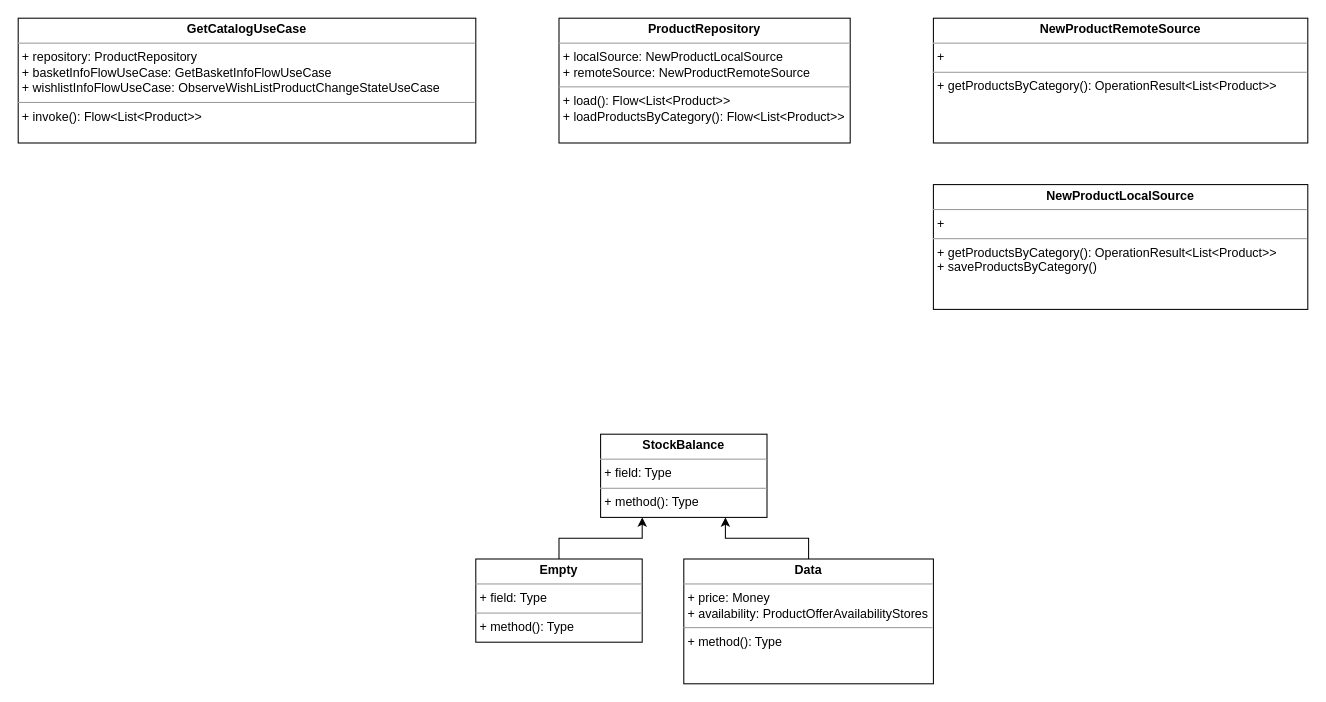
This is Каталог.drawio from ShiryaevNikolay/diagrams, a draw.io file, before an edit. Source tidied: cells renumbered, new cells numbered last; positions are measured from the earlier drawing's top-left corner, leaving out a move shared by most shapes. Both pictures are drawn from the tidied source at 104%, with x=0, y=0 at pixel (18, 18).
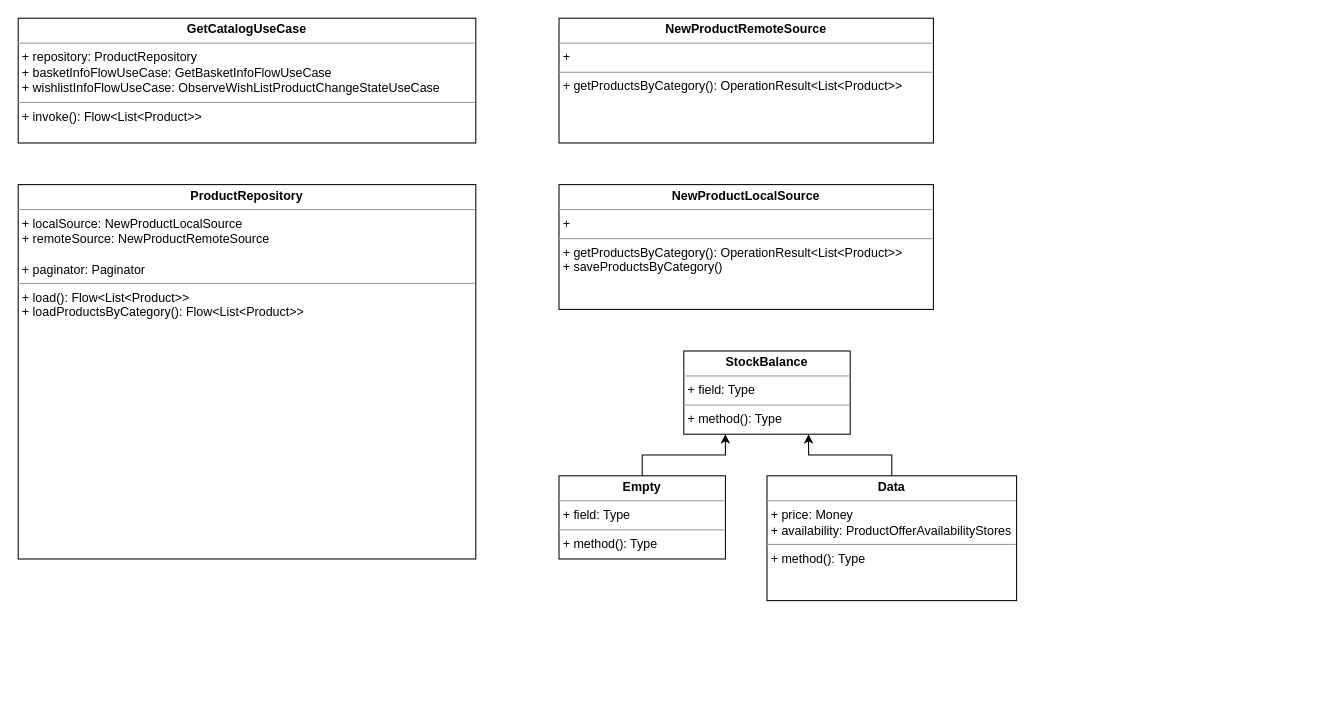
The same diagram, later.

What changed in the source:
```diff
@@
 <mxGraphModel>
   <root>
     <mxCell id="0" />
     <mxCell id="1" parent="0" />
     <mxCell id="2" value="&lt;p style=&quot;margin:0px;margin-top:4px;text-align:center;&quot;&gt;&lt;b&gt;GetCatalogUseCase&lt;/b&gt;&lt;/p&gt;&lt;hr size=&quot;1&quot;&gt;&lt;p style=&quot;margin:0px;margin-left:4px;&quot;&gt;+ repository: ProductRepository&lt;br&gt;&lt;/p&gt;&lt;p style=&quot;margin:0px;margin-left:4px;&quot;&gt;+ basketInfoFlowUseCase: GetBasketInfoFlowUseCase&lt;/p&gt;&lt;p style=&quot;margin:0px;margin-left:4px;&quot;&gt;+ wishlistInfoFlowUseCase: ObserveWishListProductChangeStateUseCase&lt;br&gt;&lt;/p&gt;&lt;hr size=&quot;1&quot;&gt;&lt;p style=&quot;margin:0px;margin-left:4px;&quot;&gt;+ invoke(): Flow&amp;lt;List&amp;lt;Product&amp;gt;&amp;gt;&lt;/p&gt;" style="verticalAlign=top;align=left;overflow=fill;fontSize=12;fontFamily=Helvetica;html=1;whiteSpace=wrap;" parent="1" vertex="1">
       <mxGeometry width="440" height="120" as="geometry" />
     </mxCell>
-    <mxCell id="3" value="&lt;p style=&quot;margin:0px;margin-top:4px;text-align:center;&quot;&gt;&lt;b&gt;ProductRepository&lt;/b&gt;&lt;/p&gt;&lt;hr size=&quot;1&quot;&gt;&lt;p style=&quot;margin:0px;margin-left:4px;&quot;&gt;+ localSource: NewProductLocalSource&lt;/p&gt;&lt;p style=&quot;margin:0px;margin-left:4px;&quot;&gt;+ remoteSource: NewProductRemoteSource&lt;br&gt;&lt;/p&gt;&lt;hr size=&quot;1&quot;&gt;&lt;p style=&quot;margin:0px;margin-left:4px;&quot;&gt;+ load(): Flow&amp;lt;List&amp;lt;Product&amp;gt;&amp;gt;&lt;/p&gt;&lt;p style=&quot;margin:0px;margin-left:4px;&quot;&gt;+ loadProductsByCategory(): Flow&amp;lt;List&amp;lt;Product&amp;gt;&amp;gt;&lt;br&gt;&lt;/p&gt;" style="verticalAlign=top;align=left;overflow=fill;fontSize=12;fontFamily=Helvetica;html=1;whiteSpace=wrap;" parent="1" vertex="1">
-      <mxGeometry x="520" width="280" height="120" as="geometry" />
+    <mxCell id="3" value="&lt;p style=&quot;margin:0px;margin-top:4px;text-align:center;&quot;&gt;&lt;b&gt;ProductRepository&lt;/b&gt;&lt;/p&gt;&lt;hr size=&quot;1&quot;&gt;&lt;p style=&quot;margin:0px;margin-left:4px;&quot;&gt;+ localSource: NewProductLocalSource&lt;/p&gt;&lt;p style=&quot;margin:0px;margin-left:4px;&quot;&gt;+ remoteSource: NewProductRemoteSource&lt;/p&gt;&lt;p style=&quot;margin:0px;margin-left:4px;&quot;&gt;&lt;br&gt;&lt;/p&gt;&lt;p style=&quot;margin:0px;margin-left:4px;&quot;&gt;+ paginator: Paginator&lt;br&gt;&lt;/p&gt;&lt;hr size=&quot;1&quot;&gt;&lt;p style=&quot;margin:0px;margin-left:4px;&quot;&gt;+ load(): Flow&amp;lt;List&amp;lt;Product&amp;gt;&amp;gt;&lt;/p&gt;&lt;p style=&quot;margin:0px;margin-left:4px;&quot;&gt;+ loadProductsByCategory(): Flow&amp;lt;List&amp;lt;Product&amp;gt;&amp;gt;&lt;br&gt;&lt;/p&gt;" style="verticalAlign=top;align=left;overflow=fill;fontSize=12;fontFamily=Helvetica;html=1;whiteSpace=wrap;" parent="1" vertex="1">
+      <mxGeometry y="160" width="440" height="360" as="geometry" />
     </mxCell>
     <mxCell id="4" value="&lt;p style=&quot;margin:0px;margin-top:4px;text-align:center;&quot;&gt;&lt;b&gt;NewProductRemoteSource&lt;/b&gt;&lt;/p&gt;&lt;hr size=&quot;1&quot;&gt;&lt;p style=&quot;margin:0px;margin-left:4px;&quot;&gt;+ &lt;br&gt;&lt;/p&gt;&lt;hr size=&quot;1&quot;&gt;&lt;p style=&quot;margin:0px;margin-left:4px;&quot;&gt;+ getProductsByCategory(): OperationResult&amp;lt;List&amp;lt;Product&amp;gt;&amp;gt;&lt;/p&gt;" style="verticalAlign=top;align=left;overflow=fill;fontSize=12;fontFamily=Helvetica;html=1;whiteSpace=wrap;" parent="1" vertex="1">
-      <mxGeometry x="880" width="360" height="120" as="geometry" />
+      <mxGeometry x="520" width="360" height="120" as="geometry" />
     </mxCell>
     <mxCell id="5" value="&lt;p style=&quot;margin:0px;margin-top:4px;text-align:center;&quot;&gt;&lt;b&gt;NewProductLocalSource&lt;/b&gt;&lt;/p&gt;&lt;hr size=&quot;1&quot;&gt;&lt;p style=&quot;margin:0px;margin-left:4px;&quot;&gt;+ &lt;br&gt;&lt;/p&gt;&lt;hr size=&quot;1&quot;&gt;&lt;p style=&quot;margin:0px;margin-left:4px;&quot;&gt;+ getProductsByCategory(): OperationResult&amp;lt;List&amp;lt;Product&amp;gt;&amp;gt;&lt;/p&gt;&lt;p style=&quot;margin:0px;margin-left:4px;&quot;&gt;+ saveProductsByCategory()&lt;/p&gt;" style="verticalAlign=top;align=left;overflow=fill;fontSize=12;fontFamily=Helvetica;html=1;whiteSpace=wrap;" parent="1" vertex="1">
-      <mxGeometry x="880" y="160" width="360" height="120" as="geometry" />
+      <mxGeometry x="520" y="160" width="360" height="120" as="geometry" />
     </mxCell>
     <mxCell id="6" value="&lt;p style=&quot;margin:0px;margin-top:4px;text-align:center;&quot;&gt;&lt;b&gt;StockBalance&lt;/b&gt;&lt;/p&gt;&lt;hr size=&quot;1&quot;&gt;&lt;p style=&quot;margin:0px;margin-left:4px;&quot;&gt;+ field: Type&lt;/p&gt;&lt;hr size=&quot;1&quot;&gt;&lt;p style=&quot;margin:0px;margin-left:4px;&quot;&gt;+ method(): Type&lt;/p&gt;" style="verticalAlign=top;align=left;overflow=fill;fontSize=12;fontFamily=Helvetica;html=1;whiteSpace=wrap;" parent="1" vertex="1">
-      <mxGeometry x="560" y="400" width="160" height="80" as="geometry" />
+      <mxGeometry x="640" y="320" width="160" height="80" as="geometry" />
     </mxCell>
     <mxCell id="7" style="edgeStyle=orthogonalEdgeStyle;rounded=0;jettySize=auto;html=1;entryX=0.25;entryY=1;entryDx=0;entryDy=0;" parent="1" edge="1" source="8" target="6">
       <mxGeometry relative="1" as="geometry" />
     </mxCell>
     <mxCell id="8" value="&lt;p style=&quot;margin:0px;margin-top:4px;text-align:center;&quot;&gt;&lt;b&gt;Empty&lt;/b&gt;&lt;/p&gt;&lt;hr size=&quot;1&quot;&gt;&lt;p style=&quot;margin:0px;margin-left:4px;&quot;&gt;+ field: Type&lt;/p&gt;&lt;hr size=&quot;1&quot;&gt;&lt;p style=&quot;margin:0px;margin-left:4px;&quot;&gt;+ method(): Type&lt;/p&gt;" style="verticalAlign=top;align=left;overflow=fill;fontSize=12;fontFamily=Helvetica;html=1;whiteSpace=wrap;" parent="1" vertex="1">
-      <mxGeometry x="440" y="520" width="160" height="80" as="geometry" />
+      <mxGeometry x="520" y="440" width="160" height="80" as="geometry" />
     </mxCell>
     <mxCell id="9" style="edgeStyle=orthogonalEdgeStyle;rounded=0;jettySize=auto;html=1;entryX=0.75;entryY=1;entryDx=0;entryDy=0;" parent="1" edge="1" source="10" target="6">
       <mxGeometry relative="1" as="geometry" />
     </mxCell>
     <mxCell id="10" value="&lt;p style=&quot;margin:0px;margin-top:4px;text-align:center;&quot;&gt;&lt;b&gt;Data&lt;/b&gt;&lt;/p&gt;&lt;hr size=&quot;1&quot;&gt;&lt;p style=&quot;margin:0px;margin-left:4px;&quot;&gt;+ price: Money&lt;/p&gt;&lt;p style=&quot;margin:0px;margin-left:4px;&quot;&gt;+ availability: ProductOfferAvailabilityStores&lt;br&gt;&lt;/p&gt;&lt;hr size=&quot;1&quot;&gt;&lt;p style=&quot;margin:0px;margin-left:4px;&quot;&gt;+ method(): Type&lt;/p&gt;" style="verticalAlign=top;align=left;overflow=fill;fontSize=12;fontFamily=Helvetica;html=1;whiteSpace=wrap;" parent="1" vertex="1">
-      <mxGeometry x="640" y="520" width="240" height="120" as="geometry" />
+      <mxGeometry x="720" y="440" width="240" height="120" as="geometry" />
     </mxCell>
   </root>
 </mxGraphModel>
```
